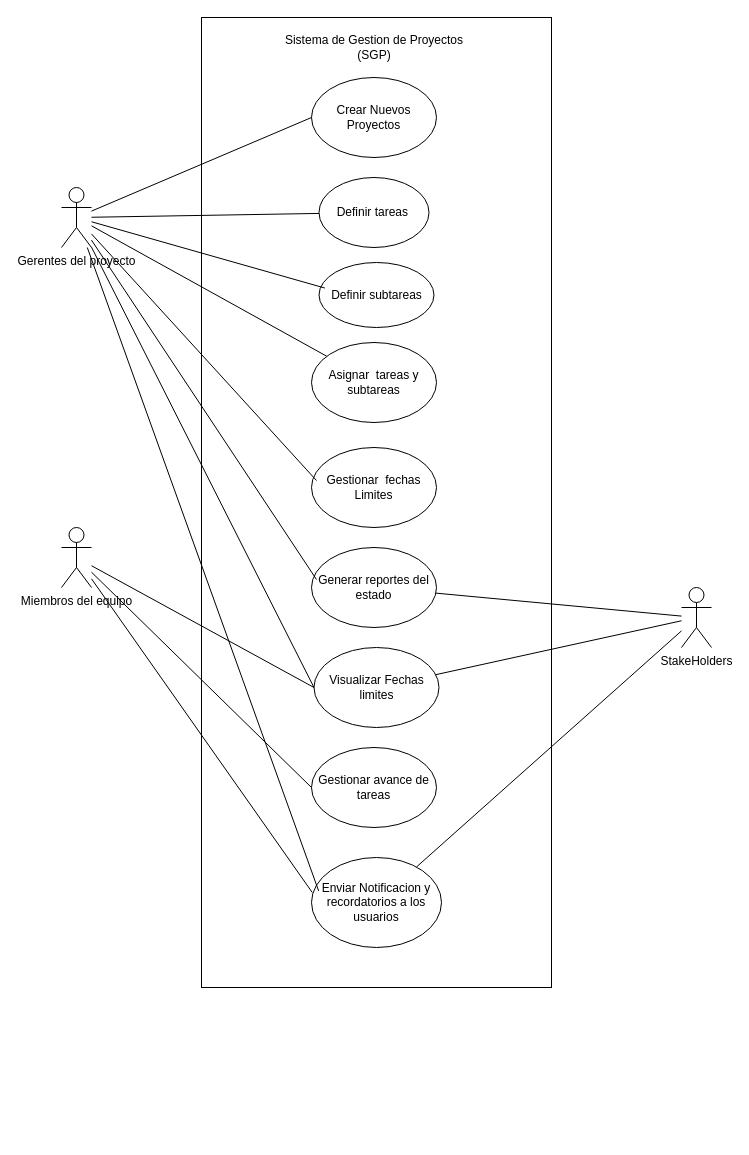
The draw.io diagram PROYECTO ANALISIS 2.drawio in Juarezgump655/Analisis_Sistemas_II, before the edit. Source tidied: cells renumbered, new cells numbered last; positions are measured from the earlier drawing's top-left corner, leaving out a move shared by most shapes. Both pictures are drawn from the tidied source at 100%, with x=0, y=0 at pixel (61, 17).
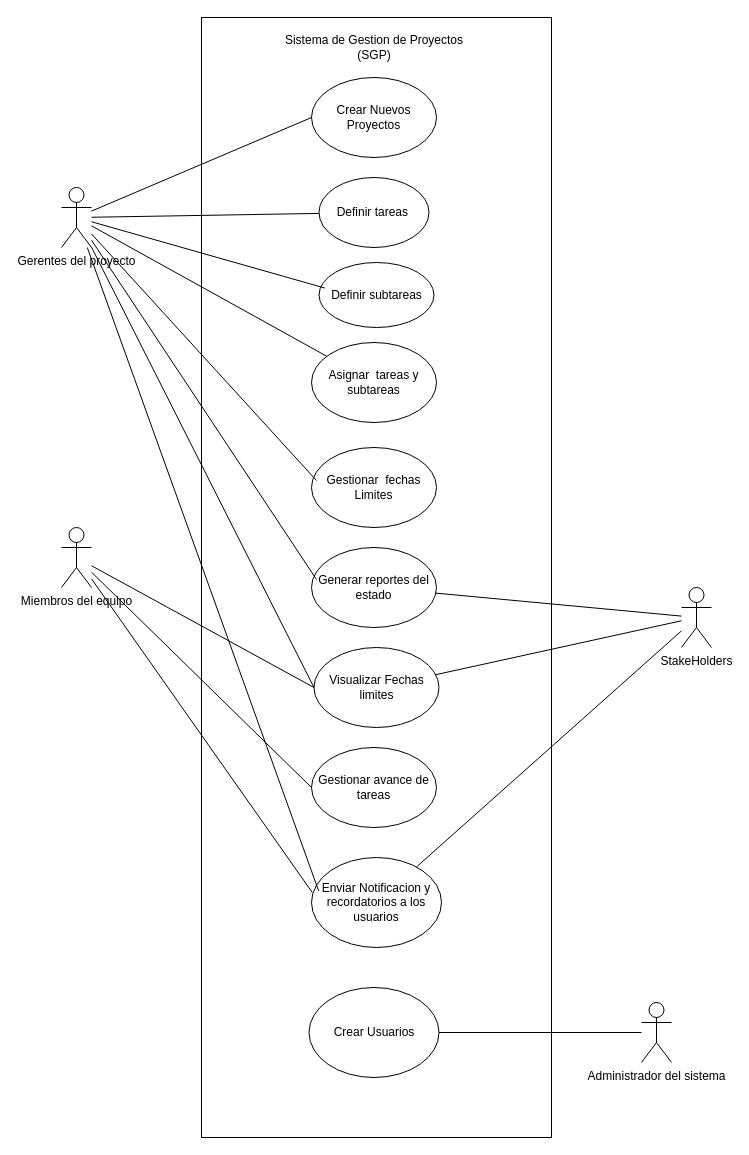
The same page after the edit.

Commit message (it also covers changes not shown here):
Se realiza modificaciones en el diagrama de caso de uso y se agrega la creacion de usuarios

What changed in the source:
```diff
@@
     <mxCell id="2" style="rounded=0;whiteSpace=wrap;html=1;" parent="1" vertex="1">
-      <mxGeometry x="140" width="350" height="970" as="geometry" />
+      <mxGeometry x="140" width="350" height="1120" as="geometry" />
     </mxCell>
@@
+    <mxCell id="30" value="Crear Usuarios" style="ellipse;whiteSpace=wrap;html=1;" parent="1" vertex="1">
+      <mxGeometry x="247.5" y="970" width="130" height="90" as="geometry" />
+    </mxCell>
+    <mxCell id="31" value="Administrador del sistema" style="shape=umlActor;verticalLabelPosition=bottom;verticalAlign=top;html=1;outlineConnect=0;" parent="1" vertex="1">
+      <mxGeometry x="580" y="985" width="30" height="60" as="geometry" />
+    </mxCell>
+    <mxCell id="32" style="endArrow=none;html=1;rounded=0;exitX=1;exitY=0.5;exitDx=0;exitDy=0;" parent="1" edge="1" source="30" target="31">
+      <mxGeometry relative="1" as="geometry" />
+    </mxCell>
```
